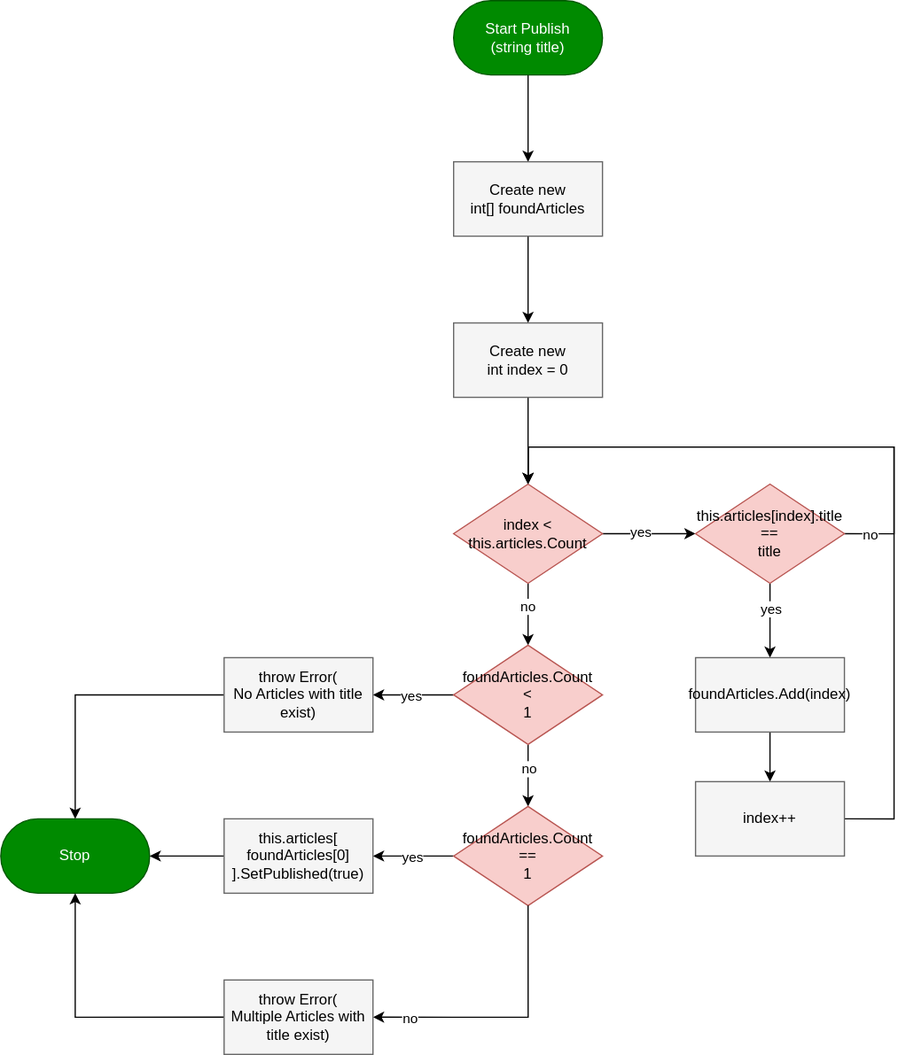
This is PublishPAP.drawio.svg from gKits/SharpNews, a draw.io export, as it was before one commit. Source tidied: cells renumbered, new cells last; positions are measured from the earlier drawing's top-left corner, leaving out a move shared by most shapes.
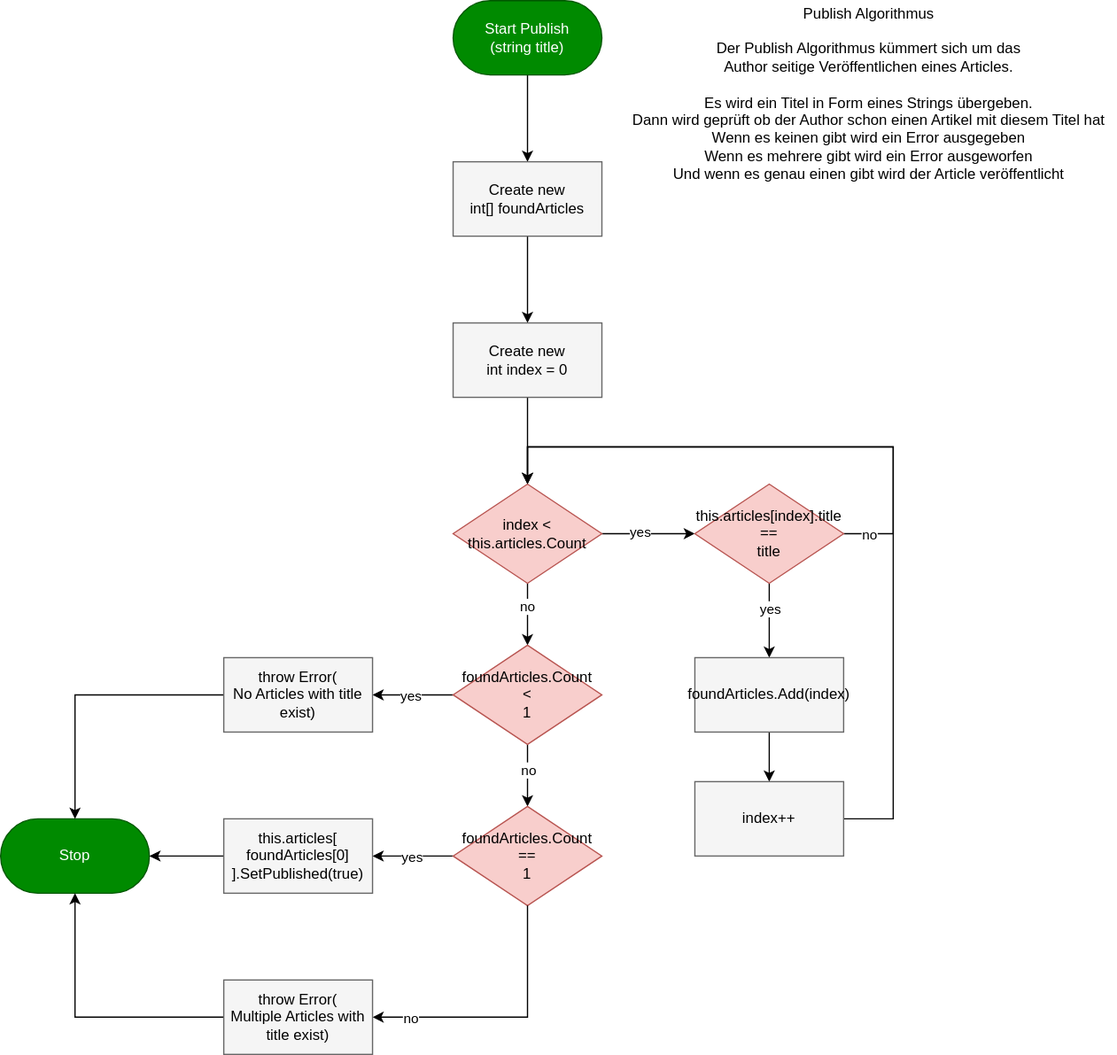
Above is the later version.

The edit, as a diff of the source:
```diff
@@ -139,5 +139,8 @@
     <mxCell id="38" value="&lt;font color=&quot;#000000&quot;&gt;throw Error(&lt;br&gt;Multiple Articles with title exist)&lt;br&gt;&lt;/font&gt;" style="rounded=0;whiteSpace=wrap;html=1;fillColor=#f5f5f5;strokeColor=#666666;fontColor=#333333;" parent="1" vertex="1">
       <mxGeometry x="180" y="790" width="120" height="60" as="geometry" />
     </mxCell>
+    <mxCell id="39" value="Publish Algorithmus&lt;br&gt;&lt;br&gt;Der Publish Algorithmus kümmert sich um das&lt;br&gt;Author seitige Veröffentlichen eines Articles.&lt;br&gt;&lt;br&gt;Es wird ein Titel in Form eines Strings übergeben.&lt;br&gt;Dann wird geprüft ob der Author schon einen Artikel mit diesem Titel hat&lt;br&gt;Wenn es keinen gibt wird ein Error ausgegeben&lt;br&gt;Wenn es mehrere gibt wird ein Error ausgeworfen&lt;br&gt;Und wenn es genau einen gibt wird der Article veröffentlicht" style="text;html=1;align=center;verticalAlign=middle;strokeColor=none;fillColor=none;" parent="1" vertex="1">
+      <mxGeometry x="500" width="400" height="150" as="geometry" />
+    </mxCell>
   </root>
 </mxGraphModel>
```
